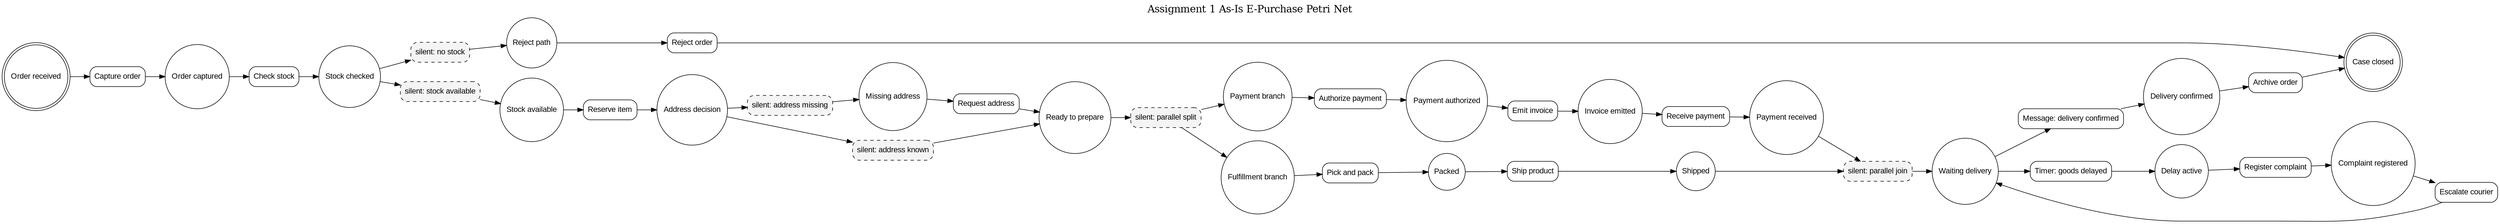
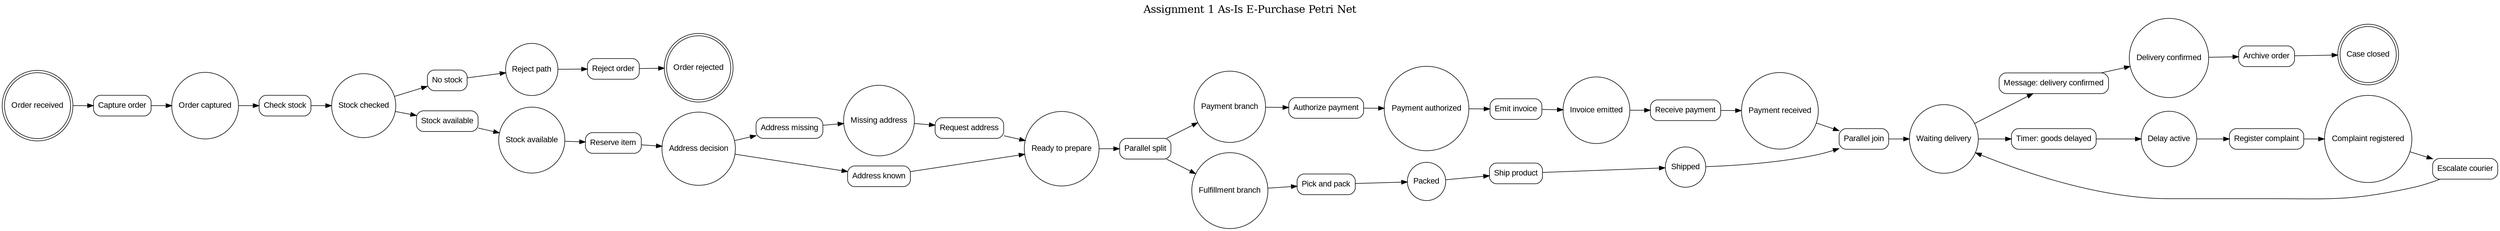
- digraph assignment1_as_is_petri {
+ digraph Net_1f13af0 {
  rankdir=LR;
  graph [label="Assignment 1 As-Is E-Purchase Petri Net", labelloc=t, fontsize=18];
  node [fontname="Arial"];
-   p_start [shape=circle, peripheries=2, label="Order received", width=0.9];
-   p_captured [shape=circle, peripheries=1, label="Order captured", width=0.9];
-   p_stock_decision [shape=circle, peripheries=1, label="Stock checked", width=0.9];
-   p_stock_available [shape=circle, peripheries=1, label="Stock available", width=0.9];
-   p_reject_ready [shape=circle, peripheries=1, label="Reject path", width=0.9];
-   p_address_decision [shape=circle, peripheries=1, label="Address decision", width=0.9];
-   p_address_missing [shape=circle, peripheries=1, label="Missing address", width=0.9];
-   p_ready_to_prepare [shape=circle, peripheries=1, label="Ready to prepare", width=0.9];
-   p_payment_ready [shape=circle, peripheries=1, label="Payment branch", width=0.9];
-   p_fulfillment_ready [shape=circle, peripheries=1, label="Fulfillment branch", width=0.9];
-   p_payment_authorized [shape=circle, peripheries=1, label="Payment authorized", width=0.9];
-   p_invoice_done [shape=circle, peripheries=1, label="Invoice emitted", width=0.9];
-   p_payment_received [shape=circle, peripheries=1, label="Payment received", width=0.9];
-   p_packed [shape=circle, peripheries=1, label="Packed", width=0.9];
-   p_shipped [shape=circle, peripheries=1, label="Shipped", width=0.9];
-   p_wait_delivery [shape=circle, peripheries=1, label="Waiting delivery", width=0.9];
-   p_delay_case [shape=circle, peripheries=1, label="Delay active", width=0.9];
-   p_complaint_registered [shape=circle, peripheries=1, label="Complaint registered", width=0.9];
-   p_delivery_ok [shape=circle, peripheries=1, label="Delivery confirmed", width=0.9];
-   p_done [shape=doublecircle, peripheries=2, label="Case closed", width=0.9];
-   t_capture_order [shape=box, style="rounded", label="Capture order"];
-   t_check_stock [shape=box, style="rounded", label="Check stock"];
-   t_stock_no [shape=box, fillcolor="#f4f4f4", style="filled,dashed,rounded", label="silent: no stock"];
-   t_reject_order [shape=box, style="rounded", label="Reject order"];
-   t_stock_yes [shape=box, fillcolor="#f4f4f4", style="filled,dashed,rounded", label="silent: stock available"];
-   t_reserve_item [shape=box, style="rounded", label="Reserve item"];
-   t_address_no [shape=box, fillcolor="#f4f4f4", style="filled,dashed,rounded", label="silent: address missing"];
-   t_request_address [shape=box, style="rounded", label="Request address"];
-   t_address_yes [shape=box, fillcolor="#f4f4f4", style="filled,dashed,rounded", label="silent: address known"];
-   t_prepare_split [shape=box, fillcolor="#f4f4f4", style="filled,dashed,rounded", label="silent: parallel split"];
-   t_authorize_payment [shape=box, style="rounded", label="Authorize payment"];
-   t_emit_invoice [shape=box, style="rounded", label="Emit invoice"];
-   t_receive_payment [shape=box, style="rounded", label="Receive payment"];
-   t_pick_pack [shape=box, style="rounded", label="Pick and pack"];
-   t_ship_product [shape=box, style="rounded", label="Ship product"];
-   t_prepare_join [shape=box, fillcolor="#f4f4f4", style="filled,dashed,rounded", label="silent: parallel join"];
-   t_delivery_confirmed [shape=box, style="rounded", label="Message: delivery confirmed"];
-   t_goods_delayed [shape=box, style="rounded", label="Timer: goods delayed"];
-   t_register_complaint [shape=box, style="rounded", label="Register complaint"];
-   t_escalate_courier [shape=box, style="rounded", label="Escalate courier"];
-   t_archive_order [shape=box, style="rounded", label="Archive order"];
-   p_start -> t_capture_order;
-   t_capture_order -> p_captured;
-   p_captured -> t_check_stock;
-   t_check_stock -> p_stock_decision;
-   p_stock_decision -> t_stock_no;
-   t_stock_no -> p_reject_ready;
-   p_reject_ready -> t_reject_order;
-   t_reject_order -> p_done;
-   p_stock_decision -> t_stock_yes;
-   t_stock_yes -> p_stock_available;
-   p_stock_available -> t_reserve_item;
-   t_reserve_item -> p_address_decision;
-   p_address_decision -> t_address_no;
-   t_address_no -> p_address_missing;
-   p_address_missing -> t_request_address;
-   t_request_address -> p_ready_to_prepare;
-   p_address_decision -> t_address_yes;
-   t_address_yes -> p_ready_to_prepare;
-   p_ready_to_prepare -> t_prepare_split;
-   t_prepare_split -> p_payment_ready;
-   t_prepare_split -> p_fulfillment_ready;
-   p_payment_ready -> t_authorize_payment;
-   t_authorize_payment -> p_payment_authorized;
-   p_payment_authorized -> t_emit_invoice;
-   t_emit_invoice -> p_invoice_done;
-   p_invoice_done -> t_receive_payment;
-   t_receive_payment -> p_payment_received;
-   p_fulfillment_ready -> t_pick_pack;
-   t_pick_pack -> p_packed;
-   p_packed -> t_ship_product;
-   t_ship_product -> p_shipped;
-   p_payment_received -> t_prepare_join;
-   p_shipped -> t_prepare_join;
-   t_prepare_join -> p_wait_delivery;
-   p_wait_delivery -> t_delivery_confirmed;
-   t_delivery_confirmed -> p_delivery_ok;
-   p_delivery_ok -> t_archive_order;
-   t_archive_order -> p_done;
-   p_wait_delivery -> t_goods_delayed;
-   t_goods_delayed -> p_delay_case;
-   p_delay_case -> t_register_complaint;
-   t_register_complaint -> p_complaint_registered;
-   p_complaint_registered -> t_escalate_courier;
-   t_escalate_courier -> p_wait_delivery;
+   Place_b575771 [shape=circle, peripheries=2, label="Order received", width=0.9];
+   Place_0788b95 [shape=circle, peripheries=1, label="Order captured", width=0.9];
+   Place_2e0e77f [shape=circle, peripheries=1, label="Stock checked", width=0.9];
+   Place_1834a82 [shape=circle, peripheries=1, label="Stock available", width=0.9];
+   Place_288956e [shape=circle, peripheries=1, label="Reject path", width=0.9];
+   Place_7642a38 [shape=doublecircle, peripheries=2, label="Order rejected", width=0.9];
+   Place_9114d3e [shape=circle, peripheries=1, label="Address decision", width=0.9];
+   Place_7bee10a [shape=circle, peripheries=1, label="Missing address", width=0.9];
+   Place_5267814 [shape=circle, peripheries=1, label="Ready to prepare", width=0.9];
+   Place_99f75b6 [shape=circle, peripheries=1, label="Payment branch", width=0.9];
+   Place_5c58d3c [shape=circle, peripheries=1, label="Fulfillment branch", width=0.9];
+   Place_524b82f [shape=circle, peripheries=1, label="Payment authorized", width=0.9];
+   Place_0c340cc [shape=circle, peripheries=1, label="Invoice emitted", width=0.9];
+   Place_8bddd8b [shape=circle, peripheries=1, label="Payment received", width=0.9];
+   Place_6cc445e [shape=circle, peripheries=1, label="Packed", width=0.9];
+   Place_7123c6f [shape=circle, peripheries=1, label="Shipped", width=0.9];
+   Place_8531308 [shape=circle, peripheries=1, label="Waiting delivery", width=0.9];
+   Place_659b772 [shape=circle, peripheries=1, label="Delay active", width=0.9];
+   Place_8604a99 [shape=circle, peripheries=1, label="Complaint registered", width=0.9];
+   Place_6f51c3a [shape=circle, peripheries=1, label="Delivery confirmed", width=0.9];
+   Place_f4bfcdd [shape=doublecircle, peripheries=2, label="Case closed", width=0.9];
+   Transition_e90a23f [shape=box, style="rounded", label="Capture order"];
+   Transition_11f3d5c [shape=box, style="rounded", label="Check stock"];
+   Transition_0c2918d [shape=box, style="rounded", label="No stock"];
+   Transition_1152b88 [shape=box, style="rounded", label="Reject order"];
+   Transition_949f4cf [shape=box, style="rounded", label="Stock available"];
+   Transition_c6f9cca [shape=box, style="rounded", label="Reserve item"];
+   Transition_db7d726 [shape=box, style="rounded", label="Address missing"];
+   Transition_8dfa253 [shape=box, style="rounded", label="Request address"];
+   Transition_779363e [shape=box, style="rounded", label="Address known"];
+   Transition_aa0603c [shape=box, style="rounded", label="Parallel split"];
+   Transition_9662c3a [shape=box, style="rounded", label="Authorize payment"];
+   Transition_5fd763a [shape=box, style="rounded", label="Emit invoice"];
+   Transition_ffd30bc [shape=box, style="rounded", label="Receive payment"];
+   Transition_39f6e8d [shape=box, style="rounded", label="Pick and pack"];
+   Transition_9111063 [shape=box, style="rounded", label="Ship product"];
+   Transition_ce765df [shape=box, style="rounded", label="Parallel join"];
+   Transition_83c6a28 [shape=box, style="rounded", label="Message: delivery confirmed"];
+   Transition_35ea7df [shape=box, style="rounded", label="Timer: goods delayed"];
+   Transition_40564a8 [shape=box, style="rounded", label="Register complaint"];
+   Transition_2a3f339 [shape=box, style="rounded", label="Escalate courier"];
+   Transition_1dc3b07 [shape=box, style="rounded", label="Archive order"];
+   Place_b575771 -> Transition_e90a23f;
+   Transition_e90a23f -> Place_0788b95;
+   Place_0788b95 -> Transition_11f3d5c;
+   Transition_11f3d5c -> Place_2e0e77f;
+   Place_2e0e77f -> Transition_0c2918d;
+   Transition_0c2918d -> Place_288956e;
+   Place_288956e -> Transition_1152b88;
+   Transition_1152b88 -> Place_7642a38;
+   Place_2e0e77f -> Transition_949f4cf;
+   Transition_949f4cf -> Place_1834a82;
+   Place_1834a82 -> Transition_c6f9cca;
+   Transition_c6f9cca -> Place_9114d3e;
+   Place_9114d3e -> Transition_db7d726;
+   Transition_db7d726 -> Place_7bee10a;
+   Place_7bee10a -> Transition_8dfa253;
+   Transition_8dfa253 -> Place_5267814;
+   Place_9114d3e -> Transition_779363e;
+   Transition_779363e -> Place_5267814;
+   Place_5267814 -> Transition_aa0603c;
+   Transition_aa0603c -> Place_99f75b6;
+   Transition_aa0603c -> Place_5c58d3c;
+   Place_99f75b6 -> Transition_9662c3a;
+   Transition_9662c3a -> Place_524b82f;
+   Place_524b82f -> Transition_5fd763a;
+   Transition_5fd763a -> Place_0c340cc;
+   Place_0c340cc -> Transition_ffd30bc;
+   Transition_ffd30bc -> Place_8bddd8b;
+   Place_5c58d3c -> Transition_39f6e8d;
+   Transition_39f6e8d -> Place_6cc445e;
+   Place_6cc445e -> Transition_9111063;
+   Transition_9111063 -> Place_7123c6f;
+   Place_8bddd8b -> Transition_ce765df;
+   Place_7123c6f -> Transition_ce765df;
+   Transition_ce765df -> Place_8531308;
+   Place_8531308 -> Transition_83c6a28;
+   Transition_83c6a28 -> Place_6f51c3a;
+   Place_6f51c3a -> Transition_1dc3b07;
+   Transition_1dc3b07 -> Place_f4bfcdd;
+   Place_8531308 -> Transition_35ea7df;
+   Transition_35ea7df -> Place_659b772;
+   Place_659b772 -> Transition_40564a8;
+   Transition_40564a8 -> Place_8604a99;
+   Place_8604a99 -> Transition_2a3f339;
+   Transition_2a3f339 -> Place_8531308;
}
